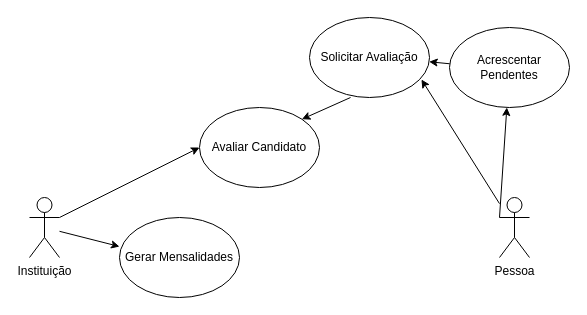
Earlier version of the draw.io diagram Controle de Clube Social.drawio (ArcanjoDaGuarda/AnjoProjetos). Source tidied: cells renumbered, new cells numbered last; positions are measured from the earlier drawing's top-left corner, leaving out a move shared by most shapes. Both pictures are drawn from the tidied source at 100%, with x=0, y=0 at pixel (29, 17).
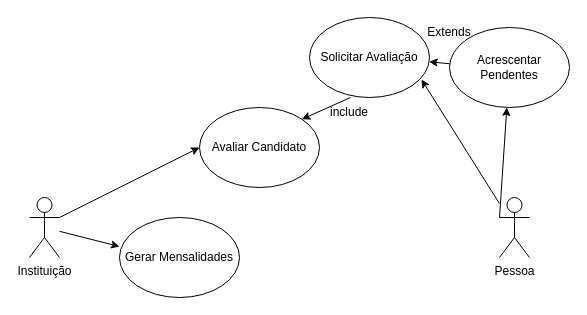
The same page after the edit.

The edit, as a diff of the source:
```diff
@@
 <mxGraphModel>
   <root>
     <mxCell id="0" />
     <mxCell id="1" parent="0" />
     <mxCell id="2" value="Pessoa" style="shape=umlActor;verticalLabelPosition=bottom;verticalAlign=top;html=1;outlineConnect=0;" parent="1" vertex="1">
       <mxGeometry x="470" y="180" width="30" height="60" as="geometry" />
     </mxCell>
     <mxCell id="3" value="Solicitar Avaliação" style="ellipse;whiteSpace=wrap;html=1;" parent="1" vertex="1">
       <mxGeometry x="280" width="120" height="80" as="geometry" />
     </mxCell>
     <mxCell id="4" value="Acrescentar Pendentes" style="ellipse;whiteSpace=wrap;html=1;" parent="1" vertex="1">
       <mxGeometry x="420" y="10" width="120" height="80" as="geometry" />
     </mxCell>
     <mxCell id="5" value="Instituição" style="shape=umlActor;verticalLabelPosition=bottom;verticalAlign=top;html=1;outlineConnect=0;" parent="1" vertex="1">
       <mxGeometry y="180" width="30" height="60" as="geometry" />
     </mxCell>
     <mxCell id="6" value="Avaliar Candidato" style="ellipse;whiteSpace=wrap;html=1;" parent="1" vertex="1">
       <mxGeometry x="170" y="90" width="120" height="80" as="geometry" />
     </mxCell>
     <mxCell id="7" value="Gerar Mensalidades" style="ellipse;whiteSpace=wrap;html=1;" parent="1" vertex="1">
       <mxGeometry x="90" y="200" width="120" height="80" as="geometry" />
     </mxCell>
     <mxCell id="8" style="endArrow=classic;html=1;rounded=0;exitX=1;exitY=0.3333333333333333;exitDx=0;exitDy=0;exitPerimeter=0;entryX=0;entryY=0.5;entryDx=0;entryDy=0;" parent="1" edge="1" source="5" target="6">
       <mxGeometry relative="1" as="geometry" />
     </mxCell>
     <mxCell id="9" style="endArrow=classic;html=1;rounded=0;entryX=0;entryY=0.363;entryDx=0;entryDy=0;entryPerimeter=0;" parent="1" edge="1" source="5" target="7">
       <mxGeometry relative="1" as="geometry" />
     </mxCell>
     <mxCell id="10" style="endArrow=classic;html=1;rounded=0;" parent="1" edge="1" source="4" target="3">
       <mxGeometry relative="1" as="geometry" />
     </mxCell>
     <mxCell id="11" style="endArrow=classic;html=1;rounded=0;exitX=0.342;exitY=1;exitDx=0;exitDy=0;exitPerimeter=0;entryX=1;entryY=0;entryDx=0;entryDy=0;" parent="1" edge="1" source="3" target="6">
       <mxGeometry relative="1" as="geometry" />
     </mxCell>
     <mxCell id="12" style="endArrow=classic;html=1;rounded=0;exitX=0;exitY=0.3333333333333333;exitDx=0;exitDy=0;exitPerimeter=0;" parent="1" edge="1" source="2" target="4">
       <mxGeometry relative="1" as="geometry" />
     </mxCell>
     <mxCell id="13" style="endArrow=classic;html=1;rounded=0;entryX=0.933;entryY=0.775;entryDx=0;entryDy=0;entryPerimeter=0;" parent="1" edge="1" source="2" target="3">
       <mxGeometry relative="1" as="geometry" />
     </mxCell>
+    <mxCell id="14" value="include" style="text;html=1;strokeColor=none;fillColor=none;align=center;verticalAlign=middle;whiteSpace=wrap;rounded=0;" parent="1" vertex="1">
+      <mxGeometry x="290" y="80" width="60" height="30" as="geometry" />
+    </mxCell>
+    <mxCell id="15" value="Extends" style="text;html=1;strokeColor=none;fillColor=none;align=center;verticalAlign=middle;whiteSpace=wrap;rounded=0;" parent="1" vertex="1">
+      <mxGeometry x="390" width="60" height="30" as="geometry" />
+    </mxCell>
   </root>
 </mxGraphModel>
```
